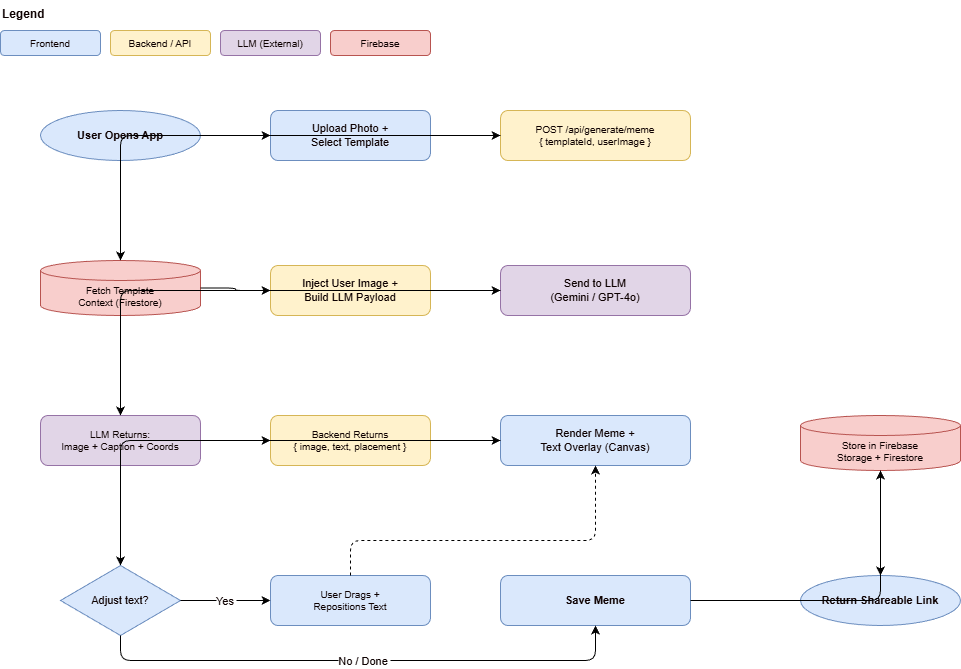
This is docs/week6/research_prep/user_flow.drawio.png from cse110-sp26-group19/Final_Project, a draw.io export, as it was before one commit. Source tidied: cells renumbered, new cells last; positions are measured from the earlier drawing's top-left corner, leaving out a move shared by most shapes.
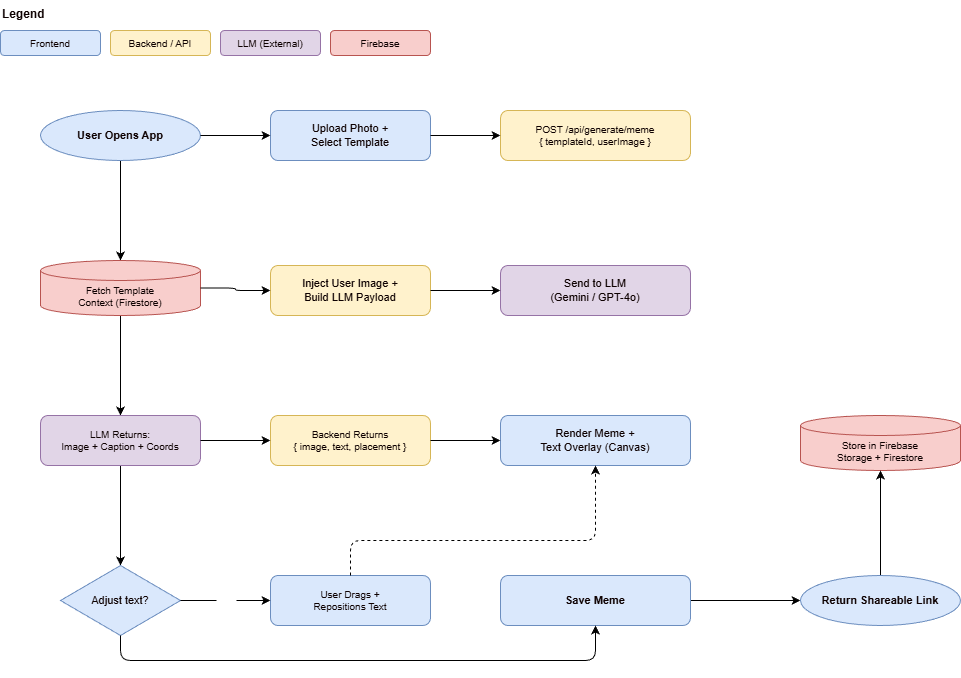
After the commit.

The edit, as a diff of the source:
```diff
@@ -17,6 +17,9 @@
     <mxCell id="6" value="Firebase" style="rounded=1;whiteSpace=wrap;html=1;fillColor=#f8cecc;strokeColor=#b85450;fontSize=10;fontColor=#0e0101;" parent="1" vertex="1">
       <mxGeometry x="330" y="30" width="100" height="25" as="geometry" />
     </mxCell>
+    <mxCell id="35" style="edgeStyle=none;html=1;exitX=0.5;exitY=1;exitDx=0;exitDy=0;entryX=0.5;entryY=0;entryDx=0;entryDy=0;entryPerimeter=0;fontColor=#FFFFFF;" parent="1" edge="1" source="7" target="12">
+      <mxGeometry relative="1" as="geometry" />
+    </mxCell>
     <mxCell id="7" value="User Opens App" style="ellipse;whiteSpace=wrap;html=1;fillColor=#dae8fc;strokeColor=#6c8ebf;fontStyle=1;fontSize=11;fontColor=#0e0101;" parent="1" vertex="1">
       <mxGeometry x="40" y="110" width="160" height="50" as="geometry" />
     </mxCell>
@@ -32,6 +35,9 @@
     <mxCell id="11" style="edgeStyle=orthogonalEdgeStyle;fontColor=#0e0101;" parent="1" edge="1" source="8" target="9">
       <mxGeometry relative="1" as="geometry" />
     </mxCell>
+    <mxCell id="36" style="edgeStyle=none;html=1;entryX=0.5;entryY=0;entryDx=0;entryDy=0;fontColor=#FFFFFF;" parent="1" edge="1" source="12" target="18">
+      <mxGeometry relative="1" as="geometry" />
+    </mxCell>
     <mxCell id="12" value="Fetch Template&#10;Context (Firestore)" style="shape=cylinder3;whiteSpace=wrap;html=1;boundedLbl=1;backgroundOutline=1;size=10;fillColor=#f8cecc;strokeColor=#b85450;fontSize=10;fontColor=#0e0101;" parent="1" vertex="1">
       <mxGeometry x="40" y="260" width="160" height="55" as="geometry" />
     </mxCell>
@@ -41,15 +47,15 @@
     <mxCell id="14" value="Send to LLM&#10;(Gemini / GPT-4o)" style="rounded=1;whiteSpace=wrap;html=1;fillColor=#e1d5e7;strokeColor=#9673a6;fontSize=11;fontColor=#0e0101;" parent="1" vertex="1">
       <mxGeometry x="500" y="265" width="190" height="50" as="geometry" />
     </mxCell>
-    <mxCell id="15" style="edgeStyle=orthogonalEdgeStyle;fontColor=#0e0101;" parent="1" edge="1" source="9" target="12">
-      <mxGeometry relative="1" as="geometry" />
-    </mxCell>
     <mxCell id="16" style="edgeStyle=orthogonalEdgeStyle;fontColor=#0e0101;" parent="1" edge="1" source="12" target="13">
       <mxGeometry relative="1" as="geometry" />
     </mxCell>
     <mxCell id="17" style="edgeStyle=orthogonalEdgeStyle;fontColor=#0e0101;" parent="1" edge="1" source="13" target="14">
       <mxGeometry relative="1" as="geometry" />
     </mxCell>
+    <mxCell id="37" style="edgeStyle=none;html=1;entryX=0.5;entryY=0;entryDx=0;entryDy=0;fontColor=#FFFFFF;" parent="1" edge="1" source="18" target="24">
+      <mxGeometry relative="1" as="geometry" />
+    </mxCell>
     <mxCell id="18" value="LLM Returns:&#10;Image + Caption + Coords" style="rounded=1;whiteSpace=wrap;html=1;fillColor=#e1d5e7;strokeColor=#9673a6;fontSize=10;fontColor=#0e0101;" parent="1" vertex="1">
       <mxGeometry x="40" y="415" width="160" height="50" as="geometry" />
     </mxCell>
@@ -59,9 +65,6 @@
     <mxCell id="20" value="Render Meme +&#10;Text Overlay (Canvas)" style="rounded=1;whiteSpace=wrap;html=1;fillColor=#dae8fc;strokeColor=#6c8ebf;fontSize=11;fontColor=#0e0101;" parent="1" vertex="1">
       <mxGeometry x="500" y="415" width="190" height="50" as="geometry" />
     </mxCell>
-    <mxCell id="21" style="edgeStyle=orthogonalEdgeStyle;fontColor=#0e0101;" parent="1" edge="1" source="14" target="18">
-      <mxGeometry relative="1" as="geometry" />
-    </mxCell>
     <mxCell id="22" style="edgeStyle=orthogonalEdgeStyle;fontColor=#0e0101;" parent="1" edge="1" source="18" target="19">
       <mxGeometry relative="1" as="geometry" />
     </mxCell>
@@ -74,14 +77,19 @@
     <mxCell id="25" value="User Drags +&#10;Repositions Text" style="rounded=1;whiteSpace=wrap;html=1;fillColor=#dae8fc;strokeColor=#6c8ebf;fontSize=10;fontColor=#0e0101;" parent="1" vertex="1">
       <mxGeometry x="270" y="575" width="160" height="50" as="geometry" />
     </mxCell>
+    <mxCell id="38" style="edgeStyle=none;html=1;exitX=1;exitY=0.5;exitDx=0;exitDy=0;entryX=0;entryY=0.5;entryDx=0;entryDy=0;fontColor=#FFFFFF;" parent="1" edge="1" source="26" target="32">
+      <mxGeometry relative="1" as="geometry" />
+    </mxCell>
     <mxCell id="26" value="Save Meme" style="rounded=1;whiteSpace=wrap;html=1;fillColor=#dae8fc;strokeColor=#6c8ebf;fontStyle=1;fontSize=11;fontColor=#0e0101;" parent="1" vertex="1">
       <mxGeometry x="500" y="575" width="190" height="50" as="geometry" />
     </mxCell>
-    <mxCell id="27" style="edgeStyle=orthogonalEdgeStyle;fontColor=#0e0101;" parent="1" edge="1" source="20" target="24">
-      <mxGeometry relative="1" as="geometry" />
-    </mxCell>
-    <mxCell id="28" value="Yes" style="edgeStyle=orthogonalEdgeStyle;fontColor=#0e0101;" parent="1" edge="1" source="24" target="25">
-      <mxGeometry relative="1" as="geometry" />
+    <mxCell id="28" value="Yes" style="edgeStyle=orthogonalEdgeStyle;fontColor=#FFFFFF;" parent="1" edge="1" source="24" target="25">
+      <mxGeometry relative="1" as="geometry">
+        <Array as="points">
+          <mxPoint x="230" y="600" />
+          <mxPoint x="230" y="600" />
+        </Array>
+      </mxGeometry>
     </mxCell>
     <mxCell id="29" style="edgeStyle=orthogonalEdgeStyle;dashed=1;fontColor=#0e0101;" parent="1" edge="1" source="25" target="20">
       <mxGeometry relative="1" as="geometry">
@@ -91,8 +99,8 @@
         </Array>
       </mxGeometry>
     </mxCell>
-    <mxCell id="30" value="No / Done" style="edgeStyle=orthogonalEdgeStyle;fontColor=#0e0101;" parent="1" edge="1" source="24" target="26">
-      <mxGeometry relative="1" as="geometry">
+    <mxCell id="30" value="No / Done" style="edgeStyle=orthogonalEdgeStyle;fontColor=#FFFFFF;" parent="1" edge="1" source="24" target="26">
+      <mxGeometry x="0.03" y="-10" relative="1" as="geometry">
         <Array as="points">
           <mxPoint x="120" y="660" />
           <mxPoint x="595" y="660" />
@@ -102,14 +110,11 @@
     <mxCell id="31" value="Store in Firebase&#10;Storage + Firestore" style="shape=cylinder3;whiteSpace=wrap;html=1;boundedLbl=1;backgroundOutline=1;size=10;fillColor=#f8cecc;strokeColor=#b85450;fontSize=10;fontColor=#0e0101;" parent="1" vertex="1">
       <mxGeometry x="800" y="415" width="160" height="55" as="geometry" />
     </mxCell>
+    <mxCell id="39" style="edgeStyle=none;html=1;exitX=0.5;exitY=0;exitDx=0;exitDy=0;entryX=0.5;entryY=1;entryDx=0;entryDy=0;entryPerimeter=0;fontColor=#FFFFFF;" parent="1" edge="1" source="32" target="31">
+      <mxGeometry relative="1" as="geometry" />
+    </mxCell>
     <mxCell id="32" value="Return Shareable Link" style="ellipse;whiteSpace=wrap;html=1;fillColor=#dae8fc;strokeColor=#6c8ebf;fontStyle=1;fontSize=11;fontColor=#0e0101;" parent="1" vertex="1">
       <mxGeometry x="800" y="575" width="160" height="50" as="geometry" />
     </mxCell>
-    <mxCell id="33" style="edgeStyle=orthogonalEdgeStyle;fontColor=#0e0101;" parent="1" edge="1" source="26" target="31">
-      <mxGeometry relative="1" as="geometry" />
-    </mxCell>
-    <mxCell id="34" style="edgeStyle=orthogonalEdgeStyle;fontColor=#0e0101;" parent="1" edge="1" source="31" target="32">
-      <mxGeometry relative="1" as="geometry" />
-    </mxCell>
   </root>
 </mxGraphModel>
```
